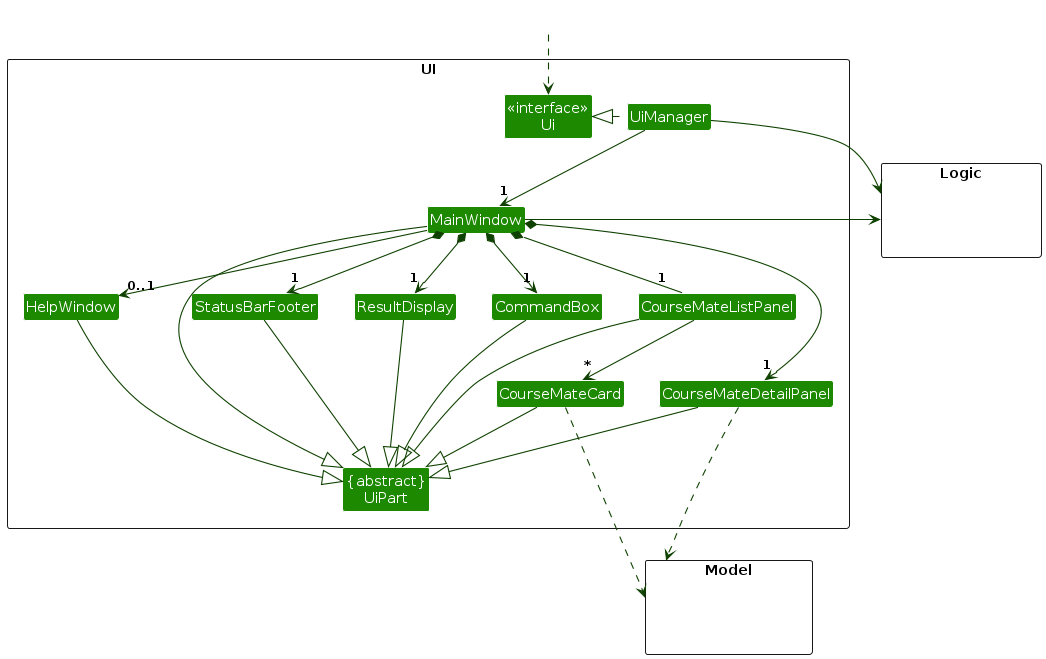
AY2324S2-CS2103T-F13-3/tp keeps this PlantUML diagram as diagrams/UiClassDiagram.png. Above is the earlier version. Its source is kept beside it as diagrams/UiClassDiagram.puml. The source it was exported from:
```plantuml
@startuml
!include style.puml
skinparam arrowThickness 1.1
skinparam arrowColor UI_COLOR_T4
skinparam classBackgroundColor UI_COLOR

package UI <<Rectangle>>{
Class "<<interface>>\nUi" as Ui
Class "{abstract}\nUiPart" as UiPart
Class UiManager
Class MainWindow
Class HelpWindow
Class ResultDisplay
Class CourseMateListPanel
Class CourseMateCard
Class CourseMateDetailPanel
Class StatusBarFooter
Class CommandBox
}

package Model <<Rectangle>> {
Class HiddenModel #FFFFFF
}

package Logic <<Rectangle>> {
Class HiddenLogic #FFFFFF
}

Class HiddenOutside #FFFFFF
HiddenOutside ..> Ui

UiManager .left.|> Ui
UiManager -down-> "1" MainWindow
MainWindow *-down->  "1" CommandBox
MainWindow *-down-> "1" ResultDisplay
MainWindow *-down- "1" CourseMateListPanel
MainWindow *-down-> "1" CourseMateDetailPanel
MainWindow *-down-> "1" StatusBarFooter
MainWindow --> "0..1" HelpWindow

CourseMateListPanel -down-> "*" CourseMateCard

MainWindow -left-|> UiPart

ResultDisplay --|> UiPart
CommandBox --|> UiPart
CourseMateListPanel --|> UiPart
CourseMateCard --|> UiPart
CourseMateDetailPanel --|> UiPart
StatusBarFooter --|> UiPart
HelpWindow --|> UiPart

CourseMateCard ...> Model
CourseMateDetailPanel ..> Model
UiManager -right-> Logic
MainWindow -left-> Logic

CourseMateListPanel -[hidden]left- HelpWindow
HelpWindow -[hidden]left- CommandBox
CommandBox -[hidden]left- ResultDisplay
ResultDisplay -[hidden]left- StatusBarFooter

MainWindow -[hidden]-|> UiPart
@enduml
```
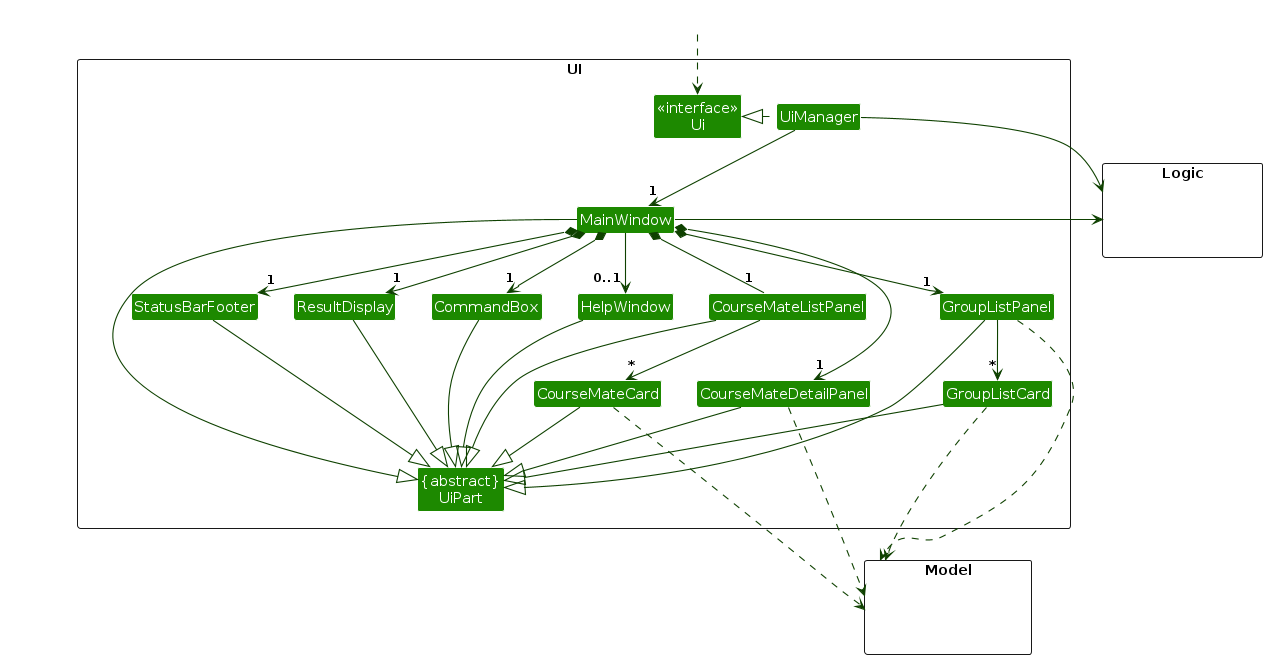
The same diagram one commit later.

What changed in the source:
```diff
@@ -14,6 +14,8 @@
 Class CourseMateListPanel
 Class CourseMateCard
 Class CourseMateDetailPanel
+Class GroupListPanel
+Class GroupListCard
 Class StatusBarFooter
 Class CommandBox
 }
@@ -35,10 +37,13 @@
 MainWindow *-down-> "1" ResultDisplay
 MainWindow *-down- "1" CourseMateListPanel
 MainWindow *-down-> "1" CourseMateDetailPanel
+MainWindow *-down-> "1" GroupListPanel
 MainWindow *-down-> "1" StatusBarFooter
 MainWindow --> "0..1" HelpWindow
 
 CourseMateListPanel -down-> "*" CourseMateCard
+
+GroupListPanel -down-> "*" GroupListCard
 
 MainWindow -left-|> UiPart
 
@@ -47,15 +52,20 @@
 CourseMateListPanel --|> UiPart
 CourseMateCard --|> UiPart
 CourseMateDetailPanel --|> UiPart
+GroupListCard --|> UiPart
+GroupListPanel --|> UiPart
 StatusBarFooter --|> UiPart
 HelpWindow --|> UiPart
 
 CourseMateCard ...> Model
 CourseMateDetailPanel ..> Model
+GroupListCard ...> Model
+GroupListPanel ...> Model
 UiManager -right-> Logic
 MainWindow -left-> Logic
 
 CourseMateListPanel -[hidden]left- HelpWindow
+GroupListPanel -[hidden]left- HelpWindow
 HelpWindow -[hidden]left- CommandBox
 CommandBox -[hidden]left- ResultDisplay
 ResultDisplay -[hidden]left- StatusBarFooter
```
